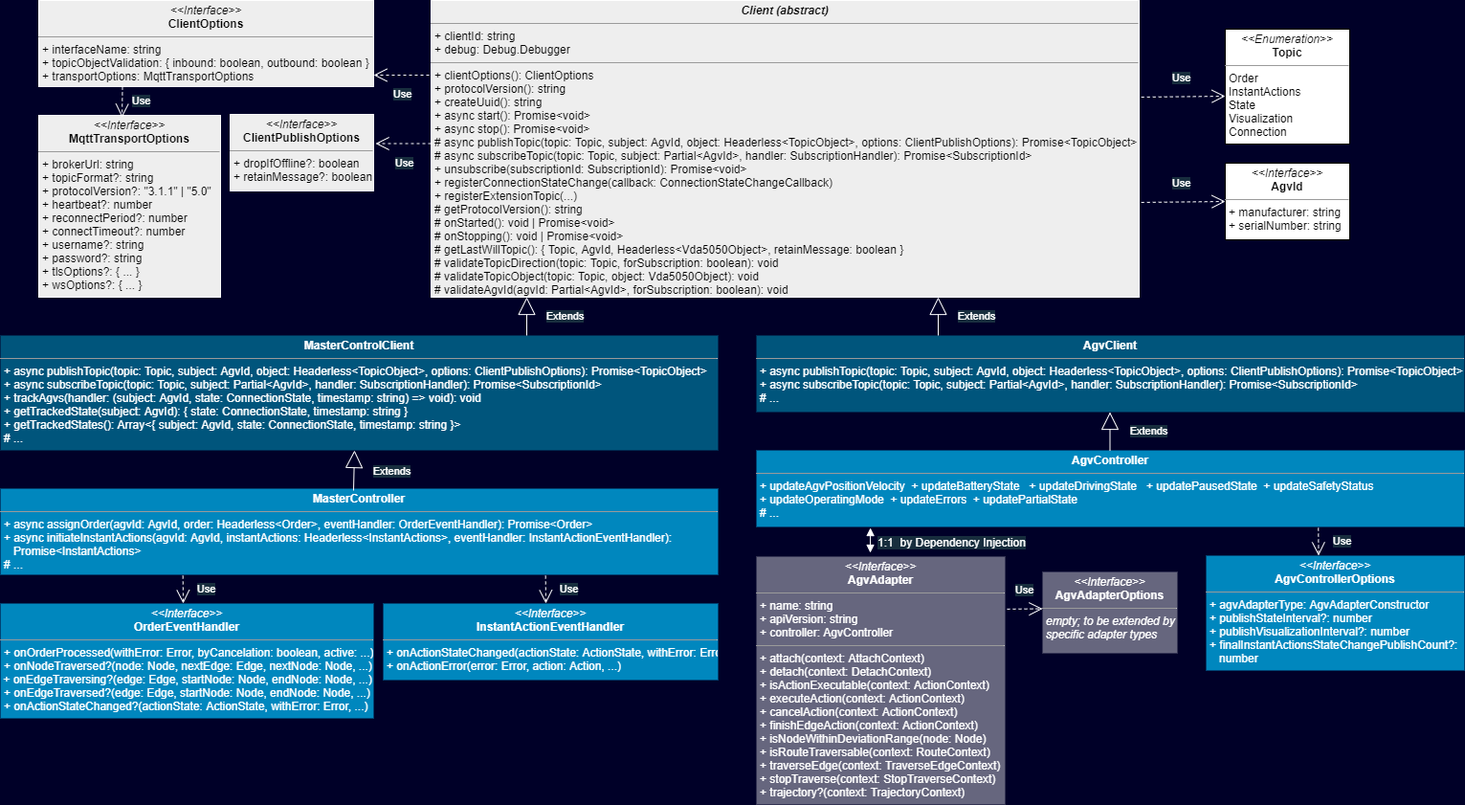
The draw.io diagram docs/slides/vda-5050-uml-library-components.png in coatyio/vda-5050-lib.js, before a commit. Source tidied: cells renumbered, new cells last; positions are measured from the earlier drawing's top-left corner, leaving out a move shared by most shapes.
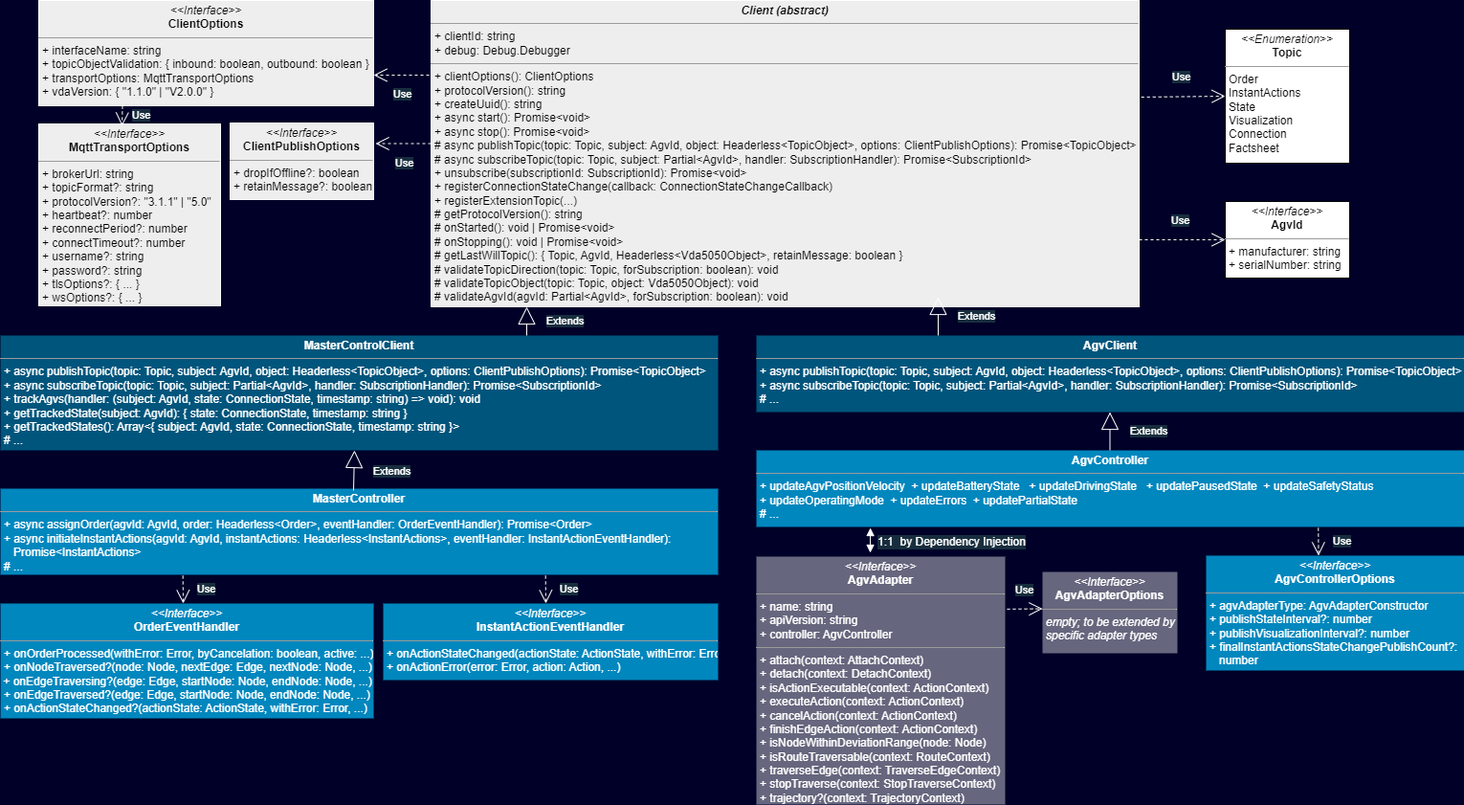
Above is the later version.

Diff of the diagram source:
```diff
@@ -3,13 +3,13 @@
     <mxCell id="0" />
     <mxCell id="1" parent="0" />
     <mxCell id="2" value="&lt;p style=&quot;margin: 0px ; margin-top: 4px ; text-align: center&quot;&gt;&lt;b&gt;&lt;i&gt;Client (abstract)&lt;/i&gt;&lt;/b&gt;&lt;/p&gt;&lt;hr size=&quot;1&quot;&gt;&lt;p style=&quot;margin: 0px ; margin-left: 4px&quot;&gt;+ clientId: string&lt;/p&gt;&lt;p style=&quot;margin: 0px ; margin-left: 4px&quot;&gt;+ debug: Debug.Debugger&lt;/p&gt;&lt;hr size=&quot;1&quot;&gt;&lt;p style=&quot;margin: 0px ; margin-left: 4px&quot;&gt;+ clientOptions(): ClientOptions&lt;/p&gt;&lt;p style=&quot;margin: 0px ; margin-left: 4px&quot;&gt;+ protocolVersion(): string&lt;/p&gt;&lt;p style=&quot;margin: 0px ; margin-left: 4px&quot;&gt;+ createUuid(): string&lt;/p&gt;&lt;p style=&quot;margin: 0px ; margin-left: 4px&quot;&gt;+ async start(): Promise&amp;lt;void&amp;gt;&lt;/p&gt;&lt;p style=&quot;margin: 0px ; margin-left: 4px&quot;&gt;+ async stop(): Promise&amp;lt;void&amp;gt;&lt;/p&gt;&lt;p style=&quot;margin: 0px ; margin-left: 4px&quot;&gt;&lt;span&gt;# async publishTopic(topic: Topic, subject: AgvId, object: Headerless&amp;lt;TopicObject&amp;gt;, options: ClientPublishOptions): Promise&amp;lt;TopicObject&amp;gt;&lt;/span&gt;&lt;/p&gt;&lt;p style=&quot;margin: 0px ; margin-left: 4px&quot;&gt;# async subscribeTopic(topic: Topic, subject: Partial&amp;lt;AgvId&amp;gt;, handler: SubscriptionHandler): Promise&amp;lt;SubscriptionId&amp;gt;&lt;br&gt;&lt;/p&gt;&lt;p style=&quot;margin: 0px ; margin-left: 4px&quot;&gt;+ unsubscribe(subscriptionId: SubscriptionId): Promise&amp;lt;void&amp;gt;&lt;/p&gt;&lt;p style=&quot;margin: 0px ; margin-left: 4px&quot;&gt;+ registerConnectionStateChange(callback: ConnectionStateChangeCallback)&lt;/p&gt;&lt;p style=&quot;margin: 0px ; margin-left: 4px&quot;&gt;+ registerExtensionTopic(...)&lt;/p&gt;&lt;p style=&quot;margin: 0px ; margin-left: 4px&quot;&gt;# getProtocolVersion(): string&lt;/p&gt;&lt;p style=&quot;margin: 0px ; margin-left: 4px&quot;&gt;# onStarted(): void | Promise&amp;lt;void&amp;gt;&lt;/p&gt;&lt;p style=&quot;margin: 0px ; margin-left: 4px&quot;&gt;# onStopping(): void | Promise&amp;lt;void&amp;gt;&lt;/p&gt;&lt;p style=&quot;margin: 0px ; margin-left: 4px&quot;&gt;# getLastWillTopic(): { Topic, AgvId, Headerless&amp;lt;Vda5050Object&amp;gt;, retainMessage: boolean }&lt;/p&gt;&lt;p style=&quot;margin: 0px ; margin-left: 4px&quot;&gt;# validateTopicDirection(topic: Topic, forSubscription: boolean): void&lt;/p&gt;&lt;p style=&quot;margin: 0px ; margin-left: 4px&quot;&gt;# validateTopicObject(topic: Topic, object: Vda5050Object): void&lt;/p&gt;&lt;p style=&quot;margin: 0px ; margin-left: 4px&quot;&gt;# validateAgvId(agvId: Partial&amp;lt;AgvId&amp;gt;, forSubscription: boolean): void&lt;/p&gt;&lt;p style=&quot;margin: 0px ; margin-left: 4px&quot;&gt;&lt;br&gt;&lt;/p&gt;&lt;p style=&quot;margin: 0px ; margin-left: 4px&quot;&gt;&lt;br&gt;&lt;/p&gt;&lt;p style=&quot;margin: 0px ; margin-left: 4px&quot;&gt;&lt;br&gt;&lt;/p&gt;" style="verticalAlign=top;align=left;overflow=fill;fontSize=12;fontFamily=Helvetica;html=1;rounded=0;strokeColor=#FFFFFF;fillColor=#EEEEEE;" parent="1" vertex="1">
-      <mxGeometry x="450" width="740" height="310" as="geometry" />
+      <mxGeometry x="450" width="740" height="320" as="geometry" />
     </mxCell>
     <mxCell id="3" value="&lt;p style=&quot;margin: 0px ; margin-top: 4px ; text-align: center&quot;&gt;&lt;i&gt;&amp;lt;&amp;lt;Interface&amp;gt;&amp;gt;&lt;/i&gt;&lt;br&gt;&lt;b&gt;AgvId&lt;/b&gt;&lt;/p&gt;&lt;hr size=&quot;1&quot;&gt;&lt;p style=&quot;margin: 0px ; margin-left: 4px&quot;&gt;+ manufacturer: string&lt;br&gt;+ serialNumber: string&lt;/p&gt;&lt;p style=&quot;margin: 0px ; margin-left: 4px&quot;&gt;&lt;br&gt;&lt;/p&gt;" style="verticalAlign=top;align=left;overflow=fill;fontSize=12;fontFamily=Helvetica;html=1;rounded=0;" parent="1" vertex="1">
-      <mxGeometry x="1280" y="170" width="130" height="80" as="geometry" />
+      <mxGeometry x="1280" y="210" width="130" height="80" as="geometry" />
     </mxCell>
-    <mxCell id="4" value="&lt;p style=&quot;margin: 0px ; margin-top: 4px ; text-align: center&quot;&gt;&lt;i&gt;&amp;lt;&amp;lt;Enumeration&amp;gt;&amp;gt;&lt;/i&gt;&lt;br&gt;&lt;b&gt;Topic&lt;/b&gt;&lt;/p&gt;&lt;hr size=&quot;1&quot;&gt;&lt;p style=&quot;margin: 0px ; margin-left: 4px&quot;&gt;Order&lt;/p&gt;&lt;p style=&quot;margin: 0px ; margin-left: 4px&quot;&gt;InstantActions&lt;/p&gt;&lt;p style=&quot;margin: 0px ; margin-left: 4px&quot;&gt;&lt;span&gt;State&lt;/span&gt;&lt;/p&gt;&lt;p style=&quot;margin: 0px ; margin-left: 4px&quot;&gt;Visualization&lt;/p&gt;&lt;p style=&quot;margin: 0px ; margin-left: 4px&quot;&gt;Connection&lt;/p&gt;&lt;p style=&quot;margin: 0px ; margin-left: 4px&quot;&gt;&lt;/p&gt;&lt;p style=&quot;margin: 0px ; margin-left: 4px&quot;&gt;&lt;br&gt;&lt;/p&gt;" style="verticalAlign=top;align=left;overflow=fill;fontSize=12;fontFamily=Helvetica;html=1;labelBackgroundColor=none;" parent="1" vertex="1">
-      <mxGeometry x="1280" y="30" width="130" height="120" as="geometry" />
+    <mxCell id="4" value="&lt;p style=&quot;margin: 0px ; margin-top: 4px ; text-align: center&quot;&gt;&lt;i&gt;&amp;lt;&amp;lt;Enumeration&amp;gt;&amp;gt;&lt;/i&gt;&lt;br&gt;&lt;b&gt;Topic&lt;/b&gt;&lt;/p&gt;&lt;hr size=&quot;1&quot;&gt;&lt;p style=&quot;margin: 0px ; margin-left: 4px&quot;&gt;Order&lt;/p&gt;&lt;p style=&quot;margin: 0px ; margin-left: 4px&quot;&gt;InstantActions&lt;/p&gt;&lt;p style=&quot;margin: 0px ; margin-left: 4px&quot;&gt;&lt;span&gt;State&lt;/span&gt;&lt;/p&gt;&lt;p style=&quot;margin: 0px ; margin-left: 4px&quot;&gt;Visualization&lt;/p&gt;&lt;p style=&quot;margin: 0px ; margin-left: 4px&quot;&gt;Connection&lt;/p&gt;&lt;p style=&quot;margin: 0px ; margin-left: 4px&quot;&gt;Factsheet&lt;/p&gt;&lt;p style=&quot;margin: 0px ; margin-left: 4px&quot;&gt;&lt;/p&gt;&lt;p style=&quot;margin: 0px ; margin-left: 4px&quot;&gt;&lt;br&gt;&lt;/p&gt;" style="verticalAlign=top;align=left;overflow=fill;fontSize=12;fontFamily=Helvetica;html=1;labelBackgroundColor=none;" parent="1" vertex="1">
+      <mxGeometry x="1280" y="30" width="130" height="140" as="geometry" />
     </mxCell>
     <mxCell id="5" value="&lt;p style=&quot;margin: 0px ; margin-top: 4px ; text-align: center&quot;&gt;&lt;b&gt;MasterControlClient&lt;/b&gt;&lt;/p&gt;&lt;hr size=&quot;1&quot;&gt;&lt;p style=&quot;margin: 0px ; margin-left: 4px&quot;&gt;&lt;span&gt;+ async publishTopic(topic: Topic, subject: AgvId, object: Headerless&amp;lt;TopicObject&amp;gt;, options: ClientPublishOptions): Promise&amp;lt;TopicObject&amp;gt;&lt;/span&gt;&lt;/p&gt;&lt;p style=&quot;margin: 0px ; margin-left: 4px&quot;&gt;+ async subscribeTopic(topic: Topic, subject: Partial&amp;lt;AgvId&amp;gt;, handler: SubscriptionHandler): Promise&amp;lt;SubscriptionId&amp;gt;&lt;/p&gt;&lt;p style=&quot;margin: 0px ; margin-left: 4px&quot;&gt;+ trackAgvs(handler: (subject: AgvId, state: ConnectionState, timestamp: string) =&amp;gt; void): void&lt;/p&gt;&lt;p style=&quot;margin: 0px ; margin-left: 4px&quot;&gt;+ getTrackedState(subject: AgvId): { state: ConnectionState, timestamp: string }&lt;/p&gt;&lt;p style=&quot;margin: 0px ; margin-left: 4px&quot;&gt;+ getTrackedStates(): Array&amp;lt;{ subject: AgvId, state: ConnectionState, timestamp: string }&amp;gt;&lt;/p&gt;&lt;p style=&quot;margin: 0px ; margin-left: 4px&quot;&gt;# ...&lt;/p&gt;&lt;p style=&quot;margin: 0px ; margin-left: 4px&quot;&gt;&lt;br&gt;&lt;/p&gt;&lt;p style=&quot;margin: 0px ; margin-left: 4px&quot;&gt;&lt;br&gt;&lt;/p&gt;&lt;p style=&quot;margin: 0px ; margin-left: 4px&quot;&gt;&lt;br&gt;&lt;/p&gt;" style="verticalAlign=top;align=left;overflow=fill;fontSize=12;fontFamily=Helvetica;html=1;rounded=0;fillColor=#00557C;fontColor=#FFFFFF;strokeColor=none;" parent="1" vertex="1">
       <mxGeometry y="350" width="750" height="120" as="geometry" />
@@ -17,14 +17,14 @@
     <mxCell id="6" value="&lt;p style=&quot;margin: 0px ; margin-top: 4px ; text-align: center&quot;&gt;&lt;b&gt;AgvClient&lt;/b&gt;&lt;/p&gt;&lt;hr size=&quot;1&quot;&gt;&lt;p style=&quot;margin: 0px ; margin-left: 4px&quot;&gt;+ async publishTopic(topic: Topic, subject: AgvId, object: Headerless&amp;lt;TopicObject&amp;gt;, options: ClientPublishOptions): Promise&amp;lt;TopicObject&amp;gt;&lt;/p&gt;&lt;p style=&quot;margin: 0px ; margin-left: 4px&quot;&gt;+ async subscribeTopic(topic: Topic, subject: Partial&amp;lt;AgvId&amp;gt;, handler: SubscriptionHandler): Promise&amp;lt;SubscriptionId&amp;gt;&lt;/p&gt;&lt;p style=&quot;margin: 0px ; margin-left: 4px&quot;&gt;# ...&lt;/p&gt;&lt;p style=&quot;margin: 0px ; margin-left: 4px&quot;&gt;&lt;br&gt;&lt;/p&gt;&lt;p style=&quot;margin: 0px ; margin-left: 4px&quot;&gt;&lt;br&gt;&lt;/p&gt;&lt;p style=&quot;margin: 0px ; margin-left: 4px&quot;&gt;&lt;br&gt;&lt;/p&gt;" style="verticalAlign=top;align=left;overflow=fill;fontSize=12;fontFamily=Helvetica;html=1;rounded=0;fillColor=#00557C;fontColor=#FFFFFF;strokeColor=none;" parent="1" vertex="1">
       <mxGeometry x="790" y="350" width="740" height="80" as="geometry" />
     </mxCell>
-    <mxCell id="7" value="&lt;p style=&quot;margin: 0px ; margin-top: 4px ; text-align: center&quot;&gt;&lt;i&gt;&amp;lt;&amp;lt;Interface&amp;gt;&amp;gt;&lt;/i&gt;&lt;br&gt;&lt;b&gt;ClientOptions&lt;/b&gt;&lt;/p&gt;&lt;hr size=&quot;1&quot;&gt;&lt;p style=&quot;margin: 0px ; margin-left: 4px&quot;&gt;+ interfaceName: string&lt;br&gt;+ topicObjectValidation: { inbound: boolean, outbound: boolean }&lt;/p&gt;&lt;p style=&quot;margin: 0px ; margin-left: 4px&quot;&gt;+ transportOptions: MqttTransportOptions&lt;/p&gt;&lt;p style=&quot;margin: 0px ; margin-left: 4px&quot;&gt;&lt;br&gt;&lt;/p&gt;&lt;p style=&quot;margin: 0px ; margin-left: 4px&quot;&gt;&lt;br&gt;&lt;/p&gt;" style="verticalAlign=top;align=left;overflow=fill;fontSize=12;fontFamily=Helvetica;html=1;rounded=0;strokeColor=#FFFFFF;fillColor=#EEEEEE;" parent="1" vertex="1">
-      <mxGeometry x="40" width="350" height="90" as="geometry" />
+    <mxCell id="7" value="&lt;p style=&quot;margin: 0px ; margin-top: 4px ; text-align: center&quot;&gt;&lt;i&gt;&amp;lt;&amp;lt;Interface&amp;gt;&amp;gt;&lt;/i&gt;&lt;br&gt;&lt;b&gt;ClientOptions&lt;/b&gt;&lt;/p&gt;&lt;hr size=&quot;1&quot;&gt;&lt;p style=&quot;margin: 0px ; margin-left: 4px&quot;&gt;+ interfaceName: string&lt;br&gt;+ topicObjectValidation: { inbound: boolean, outbound: boolean }&lt;/p&gt;&lt;p style=&quot;margin: 0px ; margin-left: 4px&quot;&gt;+ transportOptions: MqttTransportOptions&lt;/p&gt;&lt;p style=&quot;margin: 0px ; margin-left: 4px&quot;&gt;+ vdaVersion: { &quot;1.1.0&quot; | &quot;V2.0.0&quot; }&lt;/p&gt;&lt;p style=&quot;margin: 0px ; margin-left: 4px&quot;&gt;&lt;br&gt;&lt;/p&gt;&lt;p style=&quot;margin: 0px ; margin-left: 4px&quot;&gt;&lt;br&gt;&lt;/p&gt;" style="verticalAlign=top;align=left;overflow=fill;fontSize=12;fontFamily=Helvetica;html=1;rounded=0;strokeColor=#FFFFFF;fillColor=#EEEEEE;" parent="1" vertex="1">
+      <mxGeometry x="40" width="350" height="110" as="geometry" />
     </mxCell>
     <mxCell id="8" value="&lt;p style=&quot;margin: 0px ; margin-top: 4px ; text-align: center&quot;&gt;&lt;i&gt;&amp;lt;&amp;lt;Interface&amp;gt;&amp;gt;&lt;/i&gt;&lt;br&gt;&lt;b&gt;ClientPublishOptions&lt;/b&gt;&lt;/p&gt;&lt;hr size=&quot;1&quot;&gt;&lt;p style=&quot;margin: 0px ; margin-left: 4px&quot;&gt;+ dropIfOffline?: boolean&lt;br&gt;+ retainMessage?: boolean&lt;/p&gt;&lt;p style=&quot;margin: 0px ; margin-left: 4px&quot;&gt;&lt;br&gt;&lt;/p&gt;" style="verticalAlign=top;align=left;overflow=fill;fontSize=12;fontFamily=Helvetica;html=1;rounded=0;strokeColor=#FFFFFF;fillColor=#EEEEEE;" parent="1" vertex="1">
-      <mxGeometry x="240" y="119" width="150" height="80" as="geometry" />
+      <mxGeometry x="240" y="128" width="150" height="80" as="geometry" />
     </mxCell>
     <mxCell id="9" value="&lt;p style=&quot;margin: 0px ; margin-top: 4px ; text-align: center&quot;&gt;&lt;i&gt;&amp;lt;&amp;lt;Interface&amp;gt;&amp;gt;&lt;/i&gt;&lt;br&gt;&lt;b&gt;MqttTransportOptions&lt;/b&gt;&lt;/p&gt;&lt;hr size=&quot;1&quot;&gt;&lt;p style=&quot;margin: 0px ; margin-left: 4px&quot;&gt;+ brokerUrl: string&lt;br&gt;+ topicFormat?: string&lt;/p&gt;&lt;p style=&quot;margin: 0px ; margin-left: 4px&quot;&gt;+ protocolVersion?: &quot;3.1.1&quot; | &quot;5.0&quot;&lt;/p&gt;&lt;p style=&quot;margin: 0px ; margin-left: 4px&quot;&gt;+ heartbeat?: number&lt;/p&gt;&lt;p style=&quot;margin: 0px ; margin-left: 4px&quot;&gt;+ reconnectPeriod?: number&lt;/p&gt;&lt;p style=&quot;margin: 0px ; margin-left: 4px&quot;&gt;+ connectTimeout?: number&lt;/p&gt;&lt;p style=&quot;margin: 0px ; margin-left: 4px&quot;&gt;+ username?: string&lt;/p&gt;&lt;p style=&quot;margin: 0px ; margin-left: 4px&quot;&gt;+ password?: string&lt;/p&gt;&lt;p style=&quot;margin: 0px ; margin-left: 4px&quot;&gt;+ tlsOptions?: { ... }&lt;/p&gt;&lt;p style=&quot;margin: 0px ; margin-left: 4px&quot;&gt;+ wsOptions?: { ... }&lt;/p&gt;&lt;p style=&quot;margin: 0px ; margin-left: 4px&quot;&gt;&lt;br&gt;&lt;/p&gt;&lt;p style=&quot;margin: 0px ; margin-left: 4px&quot;&gt;&lt;br&gt;&lt;/p&gt;&lt;p style=&quot;margin: 0px ; margin-left: 4px&quot;&gt;&lt;br&gt;&lt;/p&gt;&lt;p style=&quot;margin: 0px ; margin-left: 4px&quot;&gt;&lt;br&gt;&lt;/p&gt;&lt;p style=&quot;margin: 0px ; margin-left: 4px&quot;&gt;&lt;br&gt;&lt;/p&gt;&lt;p style=&quot;margin: 0px ; margin-left: 4px&quot;&gt;&lt;br&gt;&lt;/p&gt;" style="verticalAlign=top;align=left;overflow=fill;fontSize=12;fontFamily=Helvetica;html=1;rounded=0;strokeColor=#FFFFFF;fillColor=#EEEEEE;" parent="1" vertex="1">
-      <mxGeometry x="40" y="120" width="190" height="190" as="geometry" />
+      <mxGeometry x="40" y="129" width="190" height="190" as="geometry" />
     </mxCell>
     <mxCell id="10" value="&lt;p style=&quot;margin: 0px ; margin-top: 4px ; text-align: center&quot;&gt;&lt;b&gt;MasterController&lt;/b&gt;&lt;/p&gt;&lt;hr size=&quot;1&quot;&gt;&lt;p style=&quot;margin: 0px ; margin-left: 4px&quot;&gt;+ async assignOrder(agvId: AgvId, order: Headerless&amp;lt;Order&amp;gt;, eventHandler: OrderEventHandler):&amp;nbsp;&lt;span&gt;Promise&amp;lt;Order&amp;gt;&lt;/span&gt;&lt;/p&gt;&lt;p style=&quot;margin: 0px ; margin-left: 4px&quot;&gt;+ async initiateInstantActions(agvId: AgvId, instantActions: Headerless&amp;lt;InstantActions&amp;gt;, eventHandler: InstantActionEventHandler):&amp;nbsp;&lt;/p&gt;&lt;p style=&quot;margin: 0px ; margin-left: 4px&quot;&gt;&lt;span&gt;&amp;nbsp; &amp;nbsp;Promise&amp;lt;InstantActions&amp;gt;&lt;/span&gt;&lt;/p&gt;&lt;p style=&quot;margin: 0px ; margin-left: 4px&quot;&gt;# ...&lt;/p&gt;&lt;p style=&quot;margin: 0px ; margin-left: 4px&quot;&gt;&lt;br&gt;&lt;/p&gt;&lt;p style=&quot;margin: 0px ; margin-left: 4px&quot;&gt;&lt;br&gt;&lt;/p&gt;&lt;p style=&quot;margin: 0px ; margin-left: 4px&quot;&gt;&lt;br&gt;&lt;/p&gt;" style="verticalAlign=top;align=left;overflow=fill;fontSize=12;fontFamily=Helvetica;html=1;rounded=0;fontColor=#FFFFFF;fillColor=#0087BE;whiteSpace=wrap;strokeColor=none;" parent="1" vertex="1">
       <mxGeometry y="510" width="750" height="90" as="geometry" />
@@ -55,10 +55,10 @@
         <mxPoint x="1159.5" y="430" as="targetPoint" />
       </mxGeometry>
     </mxCell>
-    <mxCell id="18" value="Extends" style="endArrow=block;endSize=16;endFill=0;html=1;strokeColor=#FFFFFF;fontColor=#FFFFFF;labelBackgroundColor=#182E3E;exitX=0.5;exitY=0;exitDx=0;exitDy=0;entryX=1;entryY=0.25;entryDx=0;entryDy=0;" parent="1" edge="1">
+    <mxCell id="18" value="Extends" style="endArrow=block;endSize=16;endFill=0;html=1;strokeColor=#FFFFFF;fontColor=#FFFFFF;labelBackgroundColor=#182E3E;exitX=0.5;exitY=0;exitDx=0;exitDy=0;" parent="1" edge="1">
       <mxGeometry y="-40" relative="1" as="geometry">
         <mxPoint x="550" y="350" as="sourcePoint" />
-        <mxPoint x="550" y="310" as="targetPoint" />
+        <mxPoint x="550" y="320" as="targetPoint" />
       </mxGeometry>
     </mxCell>
     <mxCell id="19" value="Extends" style="endArrow=block;endSize=16;endFill=0;html=1;strokeColor=#FFFFFF;fontColor=#FFFFFF;labelBackgroundColor=#182E3E;exitX=0.5;exitY=0;exitDx=0;exitDy=0;entryX=1;entryY=0.25;entryDx=0;entryDy=0;" parent="1" edge="1">
@@ -94,9 +94,9 @@
     <mxCell id="24" value="Use" style="endArrow=open;endSize=12;dashed=1;html=1;labelBackgroundColor=#182E3E;strokeColor=#FFFFFF;fontColor=#FFFFFF;entryX=0.458;entryY=0.011;entryDx=0;entryDy=0;exitX=0.25;exitY=1;exitDx=0;exitDy=0;entryPerimeter=0;" parent="1" edge="1" source="7" target="9">
       <mxGeometry x="-0.03" y="20" relative="1" as="geometry" />
     </mxCell>
-    <mxCell id="25" value="Use" style="endArrow=open;endSize=12;dashed=1;html=1;labelBackgroundColor=#182E3E;strokeColor=#FFFFFF;fontColor=#FFFFFF;entryX=0;entryY=0.5;entryDx=0;entryDy=0;exitX=1.003;exitY=0.616;exitDx=0;exitDy=0;exitPerimeter=0;" parent="1" edge="1" target="3">
+    <mxCell id="25" value="Use" style="endArrow=open;endSize=12;dashed=1;html=1;labelBackgroundColor=#182E3E;strokeColor=#FFFFFF;fontColor=#FFFFFF;entryX=0;entryY=0.5;entryDx=0;entryDy=0;" parent="1" edge="1" target="3">
       <mxGeometry x="-0.03" y="20" relative="1" as="geometry">
-        <mxPoint x="1192.2" y="211" as="sourcePoint" />
+        <mxPoint x="1190" y="250" as="sourcePoint" />
       </mxGeometry>
     </mxCell>
     <mxCell id="26" value="Use" style="endArrow=open;endSize=12;dashed=1;html=1;labelBackgroundColor=#182E3E;strokeColor=#FFFFFF;fontColor=#FFFFFF;entryX=0;entryY=0.5;entryDx=0;entryDy=0;exitX=1.003;exitY=0.616;exitDx=0;exitDy=0;exitPerimeter=0;" parent="1" edge="1">
```
